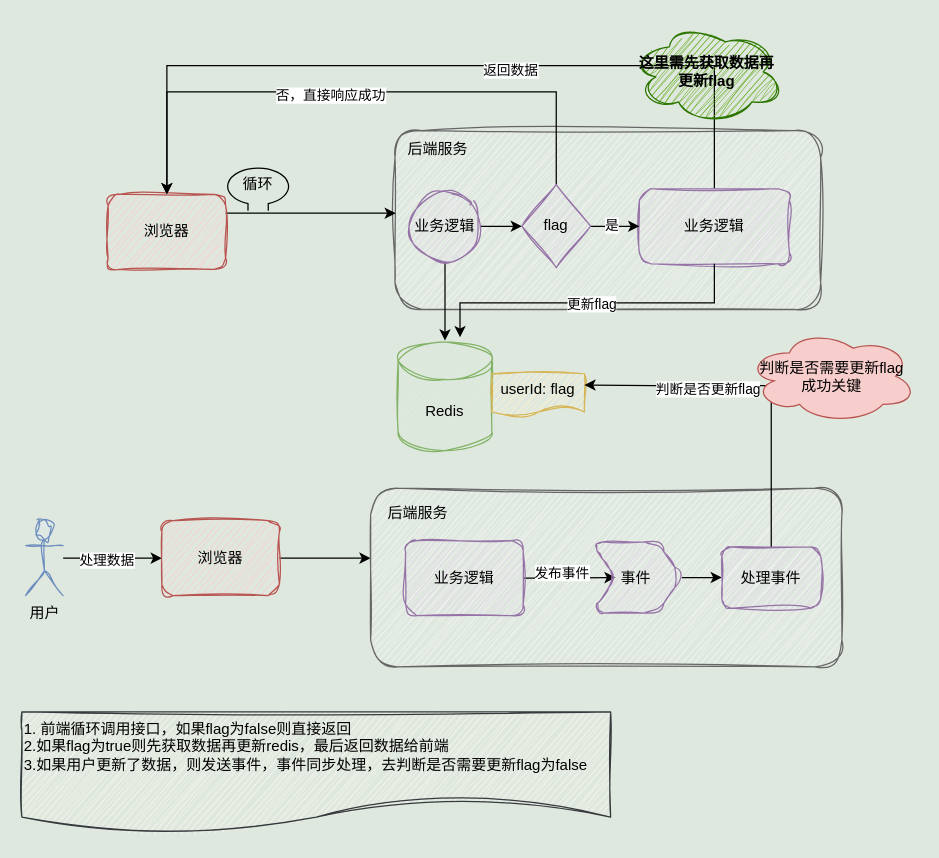
This is 流程图.drawio from onceMisery/draw, a draw.io file, before an edit. Source tidied: cells renumbered, new cells numbered last; positions are measured from the earlier drawing's top-left corner, leaving out a move shared by most shapes. Both pictures are drawn from the tidied source at 125%, with x=0, y=0 at pixel (21, 21).
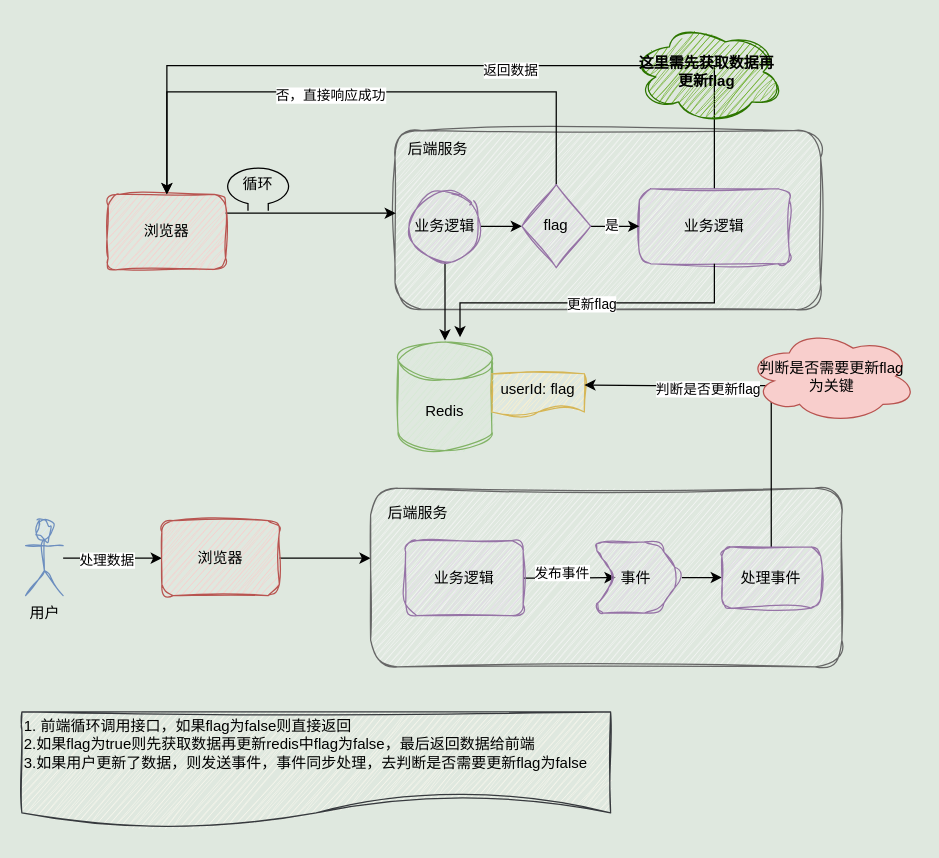
After the change.

Commit message:
更新流程图.drawio

Diff of the diagram source:
```diff
@@
-    <mxCell id="36" value="判断是否需要更新flag&lt;div&gt;成功关键&lt;/div&gt;" style="ellipse;shape=cloud;whiteSpace=wrap;html=1;fillColor=#f8cecc;strokeColor=#b85450;align=center;" parent="1" vertex="1">
+    <mxCell id="36" value="判断是否需要更新flag&lt;div&gt;为关键&lt;/div&gt;" style="ellipse;shape=cloud;whiteSpace=wrap;html=1;fillColor=#f8cecc;strokeColor=#b85450;align=center;" parent="1" vertex="1">
       <mxGeometry x="580" y="246" width="136" height="75" as="geometry" />
     </mxCell>
@@
-    <mxCell id="40" value="1. 前端循环调用接口，如果flag为false则直接返回&lt;div style=&quot;&quot;&gt;2.如果flag为true则先获取数据再更新redis，最后返回数据给前端&lt;/div&gt;&lt;div&gt;3.如果用户更新了数据，则发送事件，事件同步处理，去判断是否需要更新flag为false&lt;/div&gt;&lt;div&gt;&lt;br&gt;&lt;/div&gt;" style="shape=document;whiteSpace=wrap;html=1;boundedLbl=1;fillColor=#f9f7ed;strokeColor=#36393d;sketch=1;curveFitting=1;jiggle=2;align=left;" parent="1" vertex="1">
-      <mxGeometry y="552" width="471" height="99" as="geometry" />
+    <mxCell id="40" value="1. 前端循环调用接口，如果flag为false则直接返回&lt;div style=&quot;&quot;&gt;2.如果flag为true则先获取数据再更新redis中flag为false，最后返回数据给前端&lt;/div&gt;&lt;div&gt;3.如果用户更新了数据，则发送事件，事件同步处理，去判断是否需要更新flag为false&lt;/div&gt;&lt;div&gt;&lt;br&gt;&lt;/div&gt;" style="shape=document;whiteSpace=wrap;html=1;boundedLbl=1;fillColor=#f9f7ed;strokeColor=#36393d;sketch=1;curveFitting=1;jiggle=2;align=left;" parent="1" vertex="1">
+      <mxGeometry y="552" width="471" height="95" as="geometry" />
     </mxCell>
```
